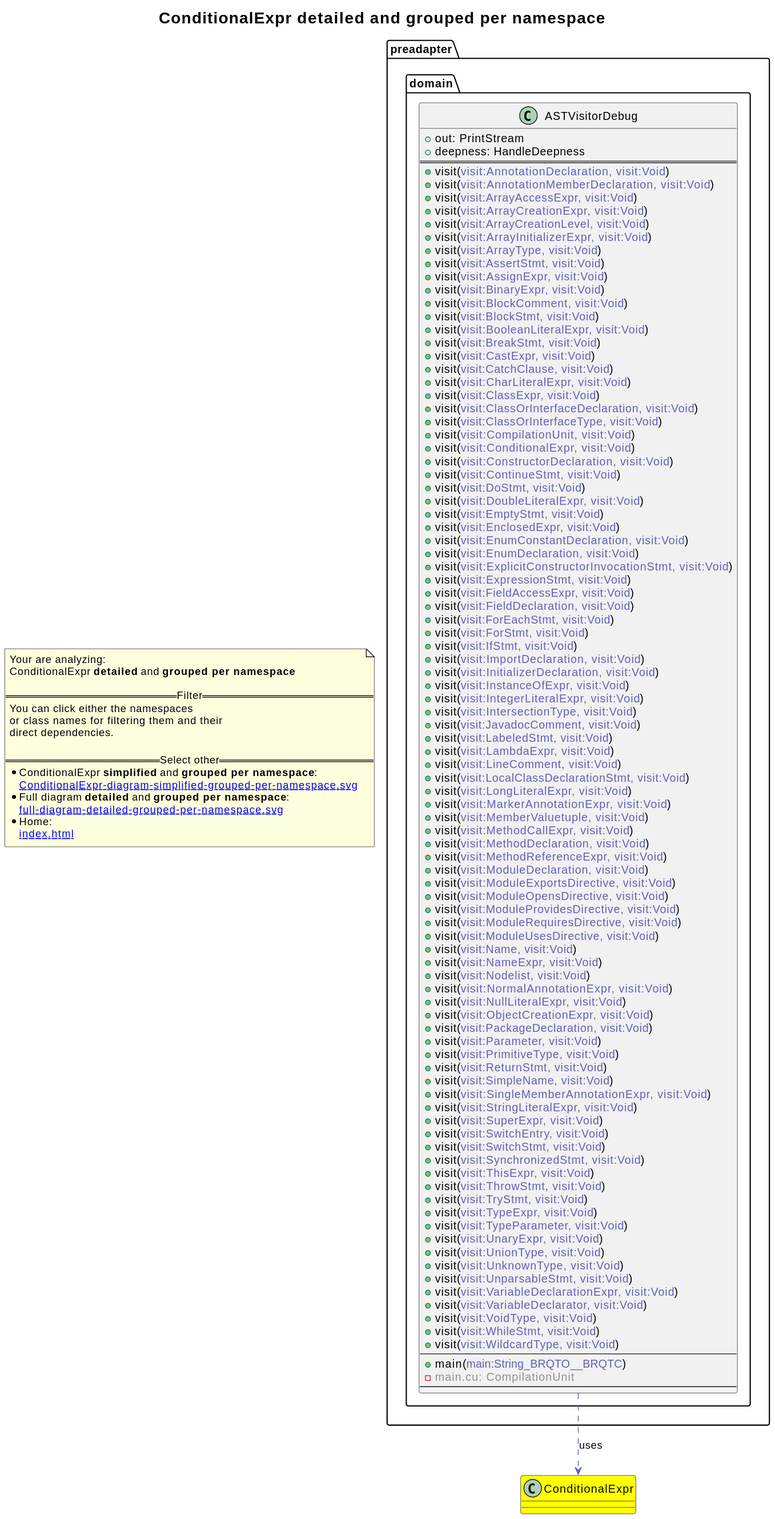
The PlantUML diagram revenger-java-adapter.out/ConditionalExpr-diagram-detailed-grouped-per-namespace.svg in 2BlackCoffees/revenger, before a commit.
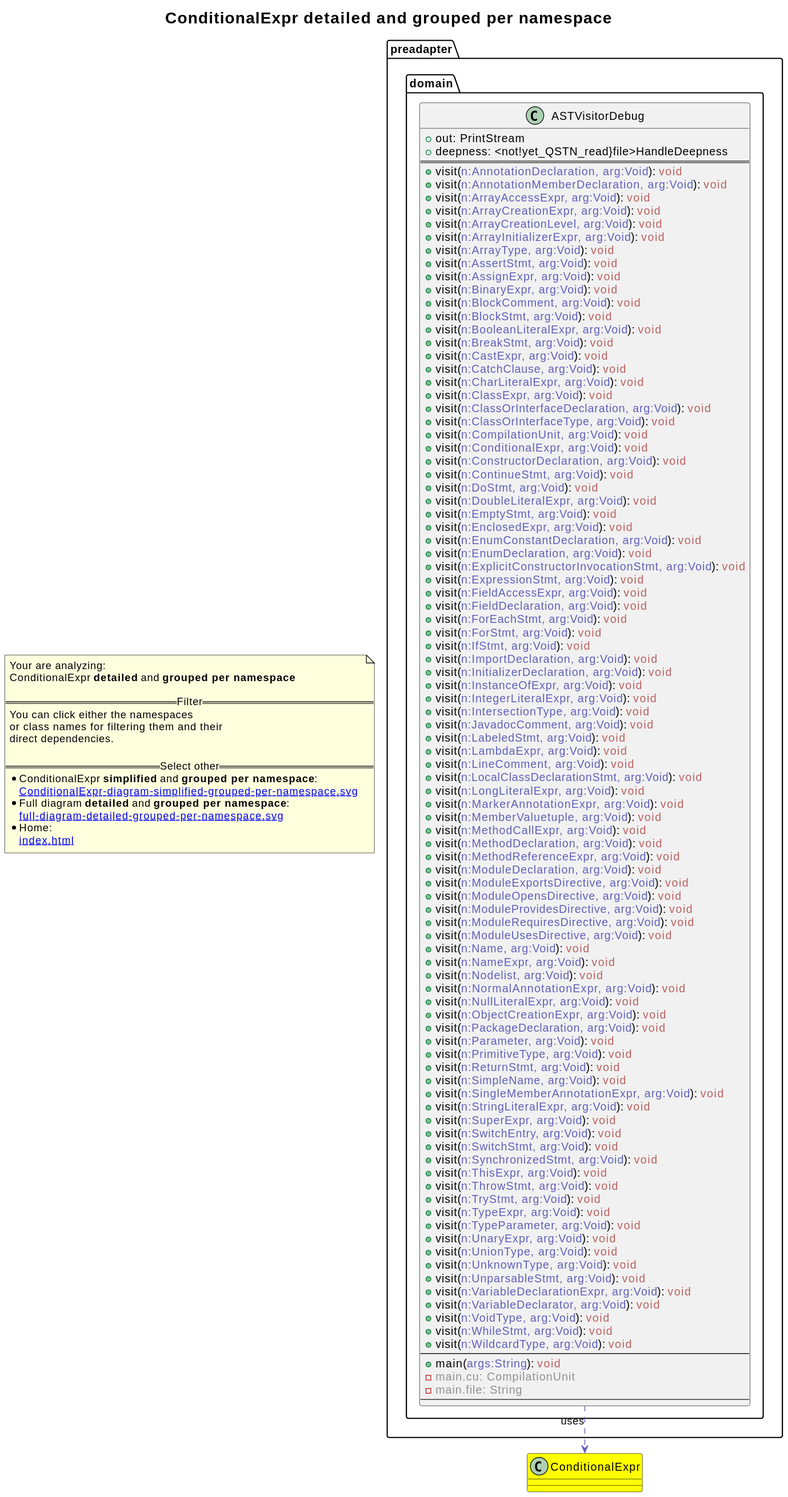
After the change.

What changed in the source:
```diff
@@ -1,4 +1,5 @@
 @startuml
+skinparam linetype ortho
 title <size:20>ConditionalExpr **detailed** and **grouped per namespace**</size>
 note "Your are analyzing:\nConditionalExpr **detailed** and **grouped per namespace**\n\n==Filter==\nYou can click either the namespaces \nor class names for filtering them and their\ndirect dependencies.\n\n==Select other==\n* ConditionalExpr **simplified** and **grouped per namespace**:\n   [[ConditionalExpr-diagram-simplified-grouped-per-namespace.svg]]\n* Full diagram **detailed** and **grouped per namespace**:\n   [[full-diagram-detailed-grouped-per-namespace.svg]]\n* Home:\n   [[index.html]]" as FloatingNote
 class ConditionalExpr [[ConditionalExpr-diagram-detailed-grouped-per-namespace.svg]] #yellow {
@@ -7,101 +8,102 @@
 namespace preadapter.domain [[preadapter.domain-diagram-detailed-grouped-per-namespace.svg]] {
   class preadapter.domain.ASTVisitorDebug [[preadapter.domain.ASTVisitorDebug-diagram-detailed-grouped-per-namespace.svg]]  {
     + out: PrintStream
-    + deepness: HandleDeepness
+    + deepness: <not!yet_QSTN_read}file>HandleDeepness
 ==
-    + visit(<font color="6060BB">visit:AnnotationDeclaration, visit:Void</font>)
-    + visit(<font color="6060BB">visit:AnnotationMemberDeclaration, visit:Void</font>)
-    + visit(<font color="6060BB">visit:ArrayAccessExpr, visit:Void</font>)
-    + visit(<font color="6060BB">visit:ArrayCreationExpr, visit:Void</font>)
-    + visit(<font color="6060BB">visit:ArrayCreationLevel, visit:Void</font>)
-    + visit(<font color="6060BB">visit:ArrayInitializerExpr, visit:Void</font>)
-    + visit(<font color="6060BB">visit:ArrayType, visit:Void</font>)
-    + visit(<font color="6060BB">visit:AssertStmt, visit:Void</font>)
-    + visit(<font color="6060BB">visit:AssignExpr, visit:Void</font>)
-    + visit(<font color="6060BB">visit:BinaryExpr, visit:Void</font>)
-    + visit(<font color="6060BB">visit:BlockComment, visit:Void</font>)
-    + visit(<font color="6060BB">visit:BlockStmt, visit:Void</font>)
-    + visit(<font color="6060BB">visit:BooleanLiteralExpr, visit:Void</font>)
-    + visit(<font color="6060BB">visit:BreakStmt, visit:Void</font>)
-    + visit(<font color="6060BB">visit:CastExpr, visit:Void</font>)
-    + visit(<font color="6060BB">visit:CatchClause, visit:Void</font>)
-    + visit(<font color="6060BB">visit:CharLiteralExpr, visit:Void</font>)
-    + visit(<font color="6060BB">visit:ClassExpr, visit:Void</font>)
-    + visit(<font color="6060BB">visit:ClassOrInterfaceDeclaration, visit:Void</font>)
-    + visit(<font color="6060BB">visit:ClassOrInterfaceType, visit:Void</font>)
-    + visit(<font color="6060BB">visit:CompilationUnit, visit:Void</font>)
-    + visit(<font color="6060BB">visit:ConditionalExpr, visit:Void</font>)
-    + visit(<font color="6060BB">visit:ConstructorDeclaration, visit:Void</font>)
-    + visit(<font color="6060BB">visit:ContinueStmt, visit:Void</font>)
-    + visit(<font color="6060BB">visit:DoStmt, visit:Void</font>)
-    + visit(<font color="6060BB">visit:DoubleLiteralExpr, visit:Void</font>)
-    + visit(<font color="6060BB">visit:EmptyStmt, visit:Void</font>)
-    + visit(<font color="6060BB">visit:EnclosedExpr, visit:Void</font>)
-    + visit(<font color="6060BB">visit:EnumConstantDeclaration, visit:Void</font>)
-    + visit(<font color="6060BB">visit:EnumDeclaration, visit:Void</font>)
-    + visit(<font color="6060BB">visit:ExplicitConstructorInvocationStmt, visit:Void</font>)
-    + visit(<font color="6060BB">visit:ExpressionStmt, visit:Void</font>)
-    + visit(<font color="6060BB">visit:FieldAccessExpr, visit:Void</font>)
-    + visit(<font color="6060BB">visit:FieldDeclaration, visit:Void</font>)
-    + visit(<font color="6060BB">visit:ForEachStmt, visit:Void</font>)
-    + visit(<font color="6060BB">visit:ForStmt, visit:Void</font>)
-    + visit(<font color="6060BB">visit:IfStmt, visit:Void</font>)
-    + visit(<font color="6060BB">visit:ImportDeclaration, visit:Void</font>)
-    + visit(<font color="6060BB">visit:InitializerDeclaration, visit:Void</font>)
-    + visit(<font color="6060BB">visit:InstanceOfExpr, visit:Void</font>)
-    + visit(<font color="6060BB">visit:IntegerLiteralExpr, visit:Void</font>)
-    + visit(<font color="6060BB">visit:IntersectionType, visit:Void</font>)
-    + visit(<font color="6060BB">visit:JavadocComment, visit:Void</font>)
-    + visit(<font color="6060BB">visit:LabeledStmt, visit:Void</font>)
-    + visit(<font color="6060BB">visit:LambdaExpr, visit:Void</font>)
-    + visit(<font color="6060BB">visit:LineComment, visit:Void</font>)
-    + visit(<font color="6060BB">visit:LocalClassDeclarationStmt, visit:Void</font>)
-    + visit(<font color="6060BB">visit:LongLiteralExpr, visit:Void</font>)
-    + visit(<font color="6060BB">visit:MarkerAnnotationExpr, visit:Void</font>)
-    + visit(<font color="6060BB">visit:MemberValuetuple, visit:Void</font>)
-    + visit(<font color="6060BB">visit:MethodCallExpr, visit:Void</font>)
-    + visit(<font color="6060BB">visit:MethodDeclaration, visit:Void</font>)
-    + visit(<font color="6060BB">visit:MethodReferenceExpr, visit:Void</font>)
-    + visit(<font color="6060BB">visit:ModuleDeclaration, visit:Void</font>)
-    + visit(<font color="6060BB">visit:ModuleExportsDirective, visit:Void</font>)
-    + visit(<font color="6060BB">visit:ModuleOpensDirective, visit:Void</font>)
-    + visit(<font color="6060BB">visit:ModuleProvidesDirective, visit:Void</font>)
-    + visit(<font color="6060BB">visit:ModuleRequiresDirective, visit:Void</font>)
-    + visit(<font color="6060BB">visit:ModuleUsesDirective, visit:Void</font>)
-    + visit(<font color="6060BB">visit:Name, visit:Void</font>)
-    + visit(<font color="6060BB">visit:NameExpr, visit:Void</font>)
-    + visit(<font color="6060BB">visit:Nodelist, visit:Void</font>)
-    + visit(<font color="6060BB">visit:NormalAnnotationExpr, visit:Void</font>)
-    + visit(<font color="6060BB">visit:NullLiteralExpr, visit:Void</font>)
-    + visit(<font color="6060BB">visit:ObjectCreationExpr, visit:Void</font>)
-    + visit(<font color="6060BB">visit:PackageDeclaration, visit:Void</font>)
-    + visit(<font color="6060BB">visit:Parameter, visit:Void</font>)
-    + visit(<font color="6060BB">visit:PrimitiveType, visit:Void</font>)
-    + visit(<font color="6060BB">visit:ReturnStmt, visit:Void</font>)
-    + visit(<font color="6060BB">visit:SimpleName, visit:Void</font>)
-    + visit(<font color="6060BB">visit:SingleMemberAnnotationExpr, visit:Void</font>)
-    + visit(<font color="6060BB">visit:StringLiteralExpr, visit:Void</font>)
-    + visit(<font color="6060BB">visit:SuperExpr, visit:Void</font>)
-    + visit(<font color="6060BB">visit:SwitchEntry, visit:Void</font>)
-    + visit(<font color="6060BB">visit:SwitchStmt, visit:Void</font>)
-    + visit(<font color="6060BB">visit:SynchronizedStmt, visit:Void</font>)
-    + visit(<font color="6060BB">visit:ThisExpr, visit:Void</font>)
-    + visit(<font color="6060BB">visit:ThrowStmt, visit:Void</font>)
-    + visit(<font color="6060BB">visit:TryStmt, visit:Void</font>)
-    + visit(<font color="6060BB">visit:TypeExpr, visit:Void</font>)
-    + visit(<font color="6060BB">visit:TypeParameter, visit:Void</font>)
-    + visit(<font color="6060BB">visit:UnaryExpr, visit:Void</font>)
-    + visit(<font color="6060BB">visit:UnionType, visit:Void</font>)
-    + visit(<font color="6060BB">visit:UnknownType, visit:Void</font>)
-    + visit(<font color="6060BB">visit:UnparsableStmt, visit:Void</font>)
-    + visit(<font color="6060BB">visit:VariableDeclarationExpr, visit:Void</font>)
-    + visit(<font color="6060BB">visit:VariableDeclarator, visit:Void</font>)
-    + visit(<font color="6060BB">visit:VoidType, visit:Void</font>)
-    + visit(<font color="6060BB">visit:WhileStmt, visit:Void</font>)
-    + visit(<font color="6060BB">visit:WildcardType, visit:Void</font>)
+    + visit(<font color="6060BB">n:AnnotationDeclaration, arg:Void</font>): <font color="BB6060">void</font>
+    + visit(<font color="6060BB">n:AnnotationMemberDeclaration, arg:Void</font>): <font color="BB6060">void</font>
+    + visit(<font color="6060BB">n:ArrayAccessExpr, arg:Void</font>): <font color="BB6060">void</font>
+    + visit(<font color="6060BB">n:ArrayCreationExpr, arg:Void</font>): <font color="BB6060">void</font>
+    + visit(<font color="6060BB">n:ArrayCreationLevel, arg:Void</font>): <font color="BB6060">void</font>
+    + visit(<font color="6060BB">n:ArrayInitializerExpr, arg:Void</font>): <font color="BB6060">void</font>
+    + visit(<font color="6060BB">n:ArrayType, arg:Void</font>): <font color="BB6060">void</font>
+    + visit(<font color="6060BB">n:AssertStmt, arg:Void</font>): <font color="BB6060">void</font>
+    + visit(<font color="6060BB">n:AssignExpr, arg:Void</font>): <font color="BB6060">void</font>
+    + visit(<font color="6060BB">n:BinaryExpr, arg:Void</font>): <font color="BB6060">void</font>
+    + visit(<font color="6060BB">n:BlockComment, arg:Void</font>): <font color="BB6060">void</font>
+    + visit(<font color="6060BB">n:BlockStmt, arg:Void</font>): <font color="BB6060">void</font>
+    + visit(<font color="6060BB">n:BooleanLiteralExpr, arg:Void</font>): <font color="BB6060">void</font>
+    + visit(<font color="6060BB">n:BreakStmt, arg:Void</font>): <font color="BB6060">void</font>
+    + visit(<font color="6060BB">n:CastExpr, arg:Void</font>): <font color="BB6060">void</font>
+    + visit(<font color="6060BB">n:CatchClause, arg:Void</font>): <font color="BB6060">void</font>
+    + visit(<font color="6060BB">n:CharLiteralExpr, arg:Void</font>): <font color="BB6060">void</font>
+    + visit(<font color="6060BB">n:ClassExpr, arg:Void</font>): <font color="BB6060">void</font>
+    + visit(<font color="6060BB">n:ClassOrInterfaceDeclaration, arg:Void</font>): <font color="BB6060">void</font>
+    + visit(<font color="6060BB">n:ClassOrInterfaceType, arg:Void</font>): <font color="BB6060">void</font>
+    + visit(<font color="6060BB">n:CompilationUnit, arg:Void</font>): <font color="BB6060">void</font>
+    + visit(<font color="6060BB">n:ConditionalExpr, arg:Void</font>): <font color="BB6060">void</font>
+    + visit(<font color="6060BB">n:ConstructorDeclaration, arg:Void</font>): <font color="BB6060">void</font>
+    + visit(<font color="6060BB">n:ContinueStmt, arg:Void</font>): <font color="BB6060">void</font>
+    + visit(<font color="6060BB">n:DoStmt, arg:Void</font>): <font color="BB6060">void</font>
+    + visit(<font color="6060BB">n:DoubleLiteralExpr, arg:Void</font>): <font color="BB6060">void</font>
+    + visit(<font color="6060BB">n:EmptyStmt, arg:Void</font>): <font color="BB6060">void</font>
+    + visit(<font color="6060BB">n:EnclosedExpr, arg:Void</font>): <font color="BB6060">void</font>
+    + visit(<font color="6060BB">n:EnumConstantDeclaration, arg:Void</font>): <font color="BB6060">void</font>
+    + visit(<font color="6060BB">n:EnumDeclaration, arg:Void</font>): <font color="BB6060">void</font>
+    + visit(<font color="6060BB">n:ExplicitConstructorInvocationStmt, arg:Void</font>): <font color="BB6060">void</font>
+    + visit(<font color="6060BB">n:ExpressionStmt, arg:Void</font>): <font color="BB6060">void</font>
+    + visit(<font color="6060BB">n:FieldAccessExpr, arg:Void</font>): <font color="BB6060">void</font>
+    + visit(<font color="6060BB">n:FieldDeclaration, arg:Void</font>): <font color="BB6060">void</font>
+    + visit(<font color="6060BB">n:ForEachStmt, arg:Void</font>): <font color="BB6060">void</font>
+    + visit(<font color="6060BB">n:ForStmt, arg:Void</font>): <font color="BB6060">void</font>
+    + visit(<font color="6060BB">n:IfStmt, arg:Void</font>): <font color="BB6060">void</font>
+    + visit(<font color="6060BB">n:ImportDeclaration, arg:Void</font>): <font color="BB6060">void</font>
+    + visit(<font color="6060BB">n:InitializerDeclaration, arg:Void</font>): <font color="BB6060">void</font>
+    + visit(<font color="6060BB">n:InstanceOfExpr, arg:Void</font>): <font color="BB6060">void</font>
+    + visit(<font color="6060BB">n:IntegerLiteralExpr, arg:Void</font>): <font color="BB6060">void</font>
+    + visit(<font color="6060BB">n:IntersectionType, arg:Void</font>): <font color="BB6060">void</font>
+    + visit(<font color="6060BB">n:JavadocComment, arg:Void</font>): <font color="BB6060">void</font>
+    + visit(<font color="6060BB">n:LabeledStmt, arg:Void</font>): <font color="BB6060">void</font>
+    + visit(<font color="6060BB">n:LambdaExpr, arg:Void</font>): <font color="BB6060">void</font>
+    + visit(<font color="6060BB">n:LineComment, arg:Void</font>): <font color="BB6060">void</font>
+    + visit(<font color="6060BB">n:LocalClassDeclarationStmt, arg:Void</font>): <font color="BB6060">void</font>
+    + visit(<font color="6060BB">n:LongLiteralExpr, arg:Void</font>): <font color="BB6060">void</font>
+    + visit(<font color="6060BB">n:MarkerAnnotationExpr, arg:Void</font>): <font color="BB6060">void</font>
+    + visit(<font color="6060BB">n:MemberValuetuple, arg:Void</font>): <font color="BB6060">void</font>
+    + visit(<font color="6060BB">n:MethodCallExpr, arg:Void</font>): <font color="BB6060">void</font>
+    + visit(<font color="6060BB">n:MethodDeclaration, arg:Void</font>): <font color="BB6060">void</font>
+    + visit(<font color="6060BB">n:MethodReferenceExpr, arg:Void</font>): <font color="BB6060">void</font>
+    + visit(<font color="6060BB">n:ModuleDeclaration, arg:Void</font>): <font color="BB6060">void</font>
+    + visit(<font color="6060BB">n:ModuleExportsDirective, arg:Void</font>): <font color="BB6060">void</font>
+    + visit(<font color="6060BB">n:ModuleOpensDirective, arg:Void</font>): <font color="BB6060">void</font>
+    + visit(<font color="6060BB">n:ModuleProvidesDirective, arg:Void</font>): <font color="BB6060">void</font>
+    + visit(<font color="6060BB">n:ModuleRequiresDirective, arg:Void</font>): <font color="BB6060">void</font>
+    + visit(<font color="6060BB">n:ModuleUsesDirective, arg:Void</font>): <font color="BB6060">void</font>
+    + visit(<font color="6060BB">n:Name, arg:Void</font>): <font color="BB6060">void</font>
+    + visit(<font color="6060BB">n:NameExpr, arg:Void</font>): <font color="BB6060">void</font>
+    + visit(<font color="6060BB">n:Nodelist, arg:Void</font>): <font color="BB6060">void</font>
+    + visit(<font color="6060BB">n:NormalAnnotationExpr, arg:Void</font>): <font color="BB6060">void</font>
+    + visit(<font color="6060BB">n:NullLiteralExpr, arg:Void</font>): <font color="BB6060">void</font>
+    + visit(<font color="6060BB">n:ObjectCreationExpr, arg:Void</font>): <font color="BB6060">void</font>
+    + visit(<font color="6060BB">n:PackageDeclaration, arg:Void</font>): <font color="BB6060">void</font>
+    + visit(<font color="6060BB">n:Parameter, arg:Void</font>): <font color="BB6060">void</font>
+    + visit(<font color="6060BB">n:PrimitiveType, arg:Void</font>): <font color="BB6060">void</font>
+    + visit(<font color="6060BB">n:ReturnStmt, arg:Void</font>): <font color="BB6060">void</font>
+    + visit(<font color="6060BB">n:SimpleName, arg:Void</font>): <font color="BB6060">void</font>
+    + visit(<font color="6060BB">n:SingleMemberAnnotationExpr, arg:Void</font>): <font color="BB6060">void</font>
+    + visit(<font color="6060BB">n:StringLiteralExpr, arg:Void</font>): <font color="BB6060">void</font>
+    + visit(<font color="6060BB">n:SuperExpr, arg:Void</font>): <font color="BB6060">void</font>
+    + visit(<font color="6060BB">n:SwitchEntry, arg:Void</font>): <font color="BB6060">void</font>
+    + visit(<font color="6060BB">n:SwitchStmt, arg:Void</font>): <font color="BB6060">void</font>
+    + visit(<font color="6060BB">n:SynchronizedStmt, arg:Void</font>): <font color="BB6060">void</font>
+    + visit(<font color="6060BB">n:ThisExpr, arg:Void</font>): <font color="BB6060">void</font>
+    + visit(<font color="6060BB">n:ThrowStmt, arg:Void</font>): <font color="BB6060">void</font>
+    + visit(<font color="6060BB">n:TryStmt, arg:Void</font>): <font color="BB6060">void</font>
+    + visit(<font color="6060BB">n:TypeExpr, arg:Void</font>): <font color="BB6060">void</font>
+    + visit(<font color="6060BB">n:TypeParameter, arg:Void</font>): <font color="BB6060">void</font>
+    + visit(<font color="6060BB">n:UnaryExpr, arg:Void</font>): <font color="BB6060">void</font>
+    + visit(<font color="6060BB">n:UnionType, arg:Void</font>): <font color="BB6060">void</font>
+    + visit(<font color="6060BB">n:UnknownType, arg:Void</font>): <font color="BB6060">void</font>
+    + visit(<font color="6060BB">n:UnparsableStmt, arg:Void</font>): <font color="BB6060">void</font>
+    + visit(<font color="6060BB">n:VariableDeclarationExpr, arg:Void</font>): <font color="BB6060">void</font>
+    + visit(<font color="6060BB">n:VariableDeclarator, arg:Void</font>): <font color="BB6060">void</font>
+    + visit(<font color="6060BB">n:VoidType, arg:Void</font>): <font color="BB6060">void</font>
+    + visit(<font color="6060BB">n:WhileStmt, arg:Void</font>): <font color="BB6060">void</font>
+    + visit(<font color="6060BB">n:WildcardType, arg:Void</font>): <font color="BB6060">void</font>
 --
-    + main(<font color="6060BB">main:String_BRQTO__BRQTC</font>)
+    + main(<font color="6060BB">args:String</font>): <font color="BB6060">void</font>
     - <font color="909090">main.cu: CompilationUnit</font>
+    - <font color="909090">main.file: String</font>
 --
   }
 }
```
